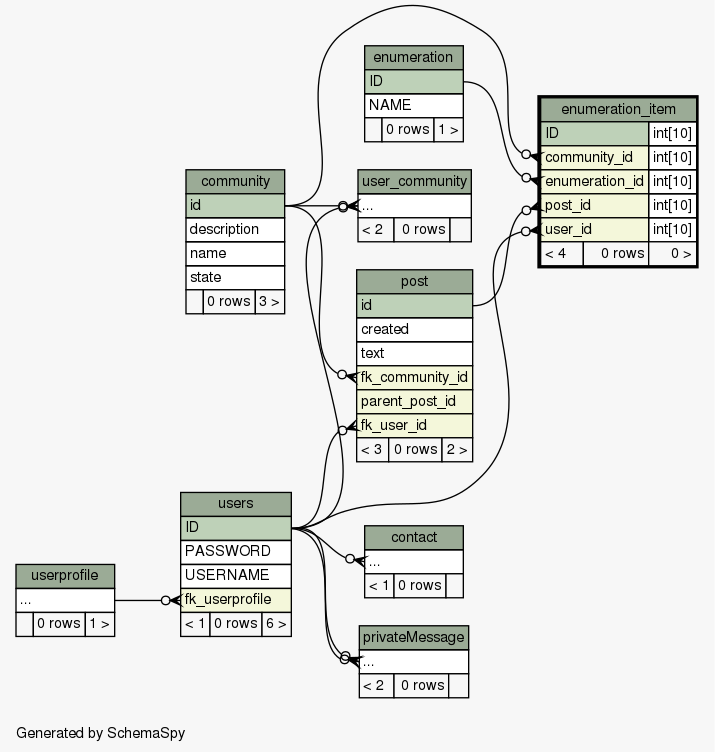
chr-krenn/chr-krenn-fhj-ws2017-sd17-pse keeps this Graphviz diagram as doc/db_schema/diagrams/enumeration_item.2degrees.png. Above is the earlier version. Its source is kept beside it as doc/db_schema/diagrams/enumeration_item.2degrees.dot. Its diagram source:
```dot
digraph "twoDegreesRelationshipsDiagram" {
  graph [
    rankdir="RL"
    bgcolor="#f7f7f7"
    label="\nGenerated by SchemaSpy"
    labeljust="l"
    nodesep="0.18"
    ranksep="0.46"
    fontname="Helvetica"
    fontsize="11"
  ];
  node [
    fontname="Helvetica"
    fontsize="11"
    shape="plaintext"
  ];
  edge [
    arrowsize="0.8"
  ];
  "contact":"elipses":w -> "users":"ID":e [arrowhead=none dir=back arrowtail=crowodot];
  "enumeration_item":"community_id":w -> "community":"id":e [arrowhead=none dir=back arrowtail=crowodot];
  "enumeration_item":"enumeration_id":w -> "enumeration":"ID":e [arrowhead=none dir=back arrowtail=crowodot];
  "enumeration_item":"post_id":w -> "post":"id":e [arrowhead=none dir=back arrowtail=crowodot];
  "enumeration_item":"user_id":w -> "users":"ID":e [arrowhead=none dir=back arrowtail=crowodot];
  "post":"fk_community_id":w -> "community":"id":e [arrowhead=none dir=back arrowtail=crowodot];
  "post":"fk_user_id":w -> "users":"ID":e [arrowhead=none dir=back arrowtail=crowodot];
  "privateMessage":"elipses":w -> "users":"ID":e [arrowhead=none dir=back arrowtail=crowodot];
  "privateMessage":"elipses":w -> "users":"ID":e [arrowhead=none dir=back arrowtail=crowodot];
  "user_community":"elipses":w -> "users":"ID":e [arrowhead=none dir=back arrowtail=crowodot];
  "user_community":"elipses":w -> "community":"id":e [arrowhead=none dir=back arrowtail=crowodot];
  "users":"fk_userprofile":w -> "userprofile":"elipses":e [arrowhead=none dir=back arrowtail=crowodot];
  "community" [
    label=<
    <TABLE BORDER="0" CELLBORDER="1" CELLSPACING="0" BGCOLOR="#ffffff">
      <TR><TD COLSPAN="3" BGCOLOR="#9bab96" ALIGN="CENTER">community</TD></TR>
      <TR><TD PORT="id" COLSPAN="3" BGCOLOR="#bed1b8" ALIGN="LEFT">id</TD></TR>
      <TR><TD PORT="description" COLSPAN="3" ALIGN="LEFT">description</TD></TR>
      <TR><TD PORT="name" COLSPAN="3" ALIGN="LEFT">name</TD></TR>
      <TR><TD PORT="state" COLSPAN="3" ALIGN="LEFT">state</TD></TR>
      <TR><TD ALIGN="LEFT" BGCOLOR="#f7f7f7">  </TD><TD ALIGN="RIGHT" BGCOLOR="#f7f7f7">0 rows</TD><TD ALIGN="RIGHT" BGCOLOR="#f7f7f7">3 &gt;</TD></TR>
    </TABLE>>
    URL="community.html"
    tooltip="community"
  ];
  "contact" [
    label=<
    <TABLE BORDER="0" CELLBORDER="1" CELLSPACING="0" BGCOLOR="#ffffff">
      <TR><TD COLSPAN="3" BGCOLOR="#9bab96" ALIGN="CENTER">contact</TD></TR>
      <TR><TD PORT="elipses" COLSPAN="3" ALIGN="LEFT">...</TD></TR>
      <TR><TD ALIGN="LEFT" BGCOLOR="#f7f7f7">&lt; 1</TD><TD ALIGN="RIGHT" BGCOLOR="#f7f7f7">0 rows</TD><TD ALIGN="RIGHT" BGCOLOR="#f7f7f7">  </TD></TR>
    </TABLE>>
    URL="contact.html"
    tooltip="contact"
  ];
  "enumeration" [
    label=<
    <TABLE BORDER="0" CELLBORDER="1" CELLSPACING="0" BGCOLOR="#ffffff">
      <TR><TD COLSPAN="3" BGCOLOR="#9bab96" ALIGN="CENTER">enumeration</TD></TR>
      <TR><TD PORT="ID" COLSPAN="3" BGCOLOR="#bed1b8" ALIGN="LEFT">ID</TD></TR>
      <TR><TD PORT="NAME" COLSPAN="3" ALIGN="LEFT">NAME</TD></TR>
      <TR><TD ALIGN="LEFT" BGCOLOR="#f7f7f7">  </TD><TD ALIGN="RIGHT" BGCOLOR="#f7f7f7">0 rows</TD><TD ALIGN="RIGHT" BGCOLOR="#f7f7f7">1 &gt;</TD></TR>
    </TABLE>>
    URL="enumeration.html"
    tooltip="enumeration"
  ];
  "enumeration_item" [
    label=<
    <TABLE BORDER="2" CELLBORDER="1" CELLSPACING="0" BGCOLOR="#ffffff">
      <TR><TD COLSPAN="3" BGCOLOR="#9bab96" ALIGN="CENTER">enumeration_item</TD></TR>
      <TR><TD PORT="ID" COLSPAN="2" BGCOLOR="#bed1b8" ALIGN="LEFT">ID</TD><TD PORT="ID.type" ALIGN="LEFT">int[10]</TD></TR>
      <TR><TD PORT="community_id" COLSPAN="2" BGCOLOR="#f4f7da" ALIGN="LEFT">community_id</TD><TD PORT="community_id.type" ALIGN="LEFT">int[10]</TD></TR>
      <TR><TD PORT="enumeration_id" COLSPAN="2" BGCOLOR="#f4f7da" ALIGN="LEFT">enumeration_id</TD><TD PORT="enumeration_id.type" ALIGN="LEFT">int[10]</TD></TR>
      <TR><TD PORT="post_id" COLSPAN="2" BGCOLOR="#f4f7da" ALIGN="LEFT">post_id</TD><TD PORT="post_id.type" ALIGN="LEFT">int[10]</TD></TR>
      <TR><TD PORT="user_id" COLSPAN="2" BGCOLOR="#f4f7da" ALIGN="LEFT">user_id</TD><TD PORT="user_id.type" ALIGN="LEFT">int[10]</TD></TR>
      <TR><TD ALIGN="LEFT" BGCOLOR="#f7f7f7">&lt; 4</TD><TD ALIGN="RIGHT" BGCOLOR="#f7f7f7">0 rows</TD><TD ALIGN="RIGHT" BGCOLOR="#f7f7f7">0 &gt;</TD></TR>
    </TABLE>>
    URL="enumeration_item.html"
    tooltip="enumeration_item"
  ];
  "post" [
    label=<
    <TABLE BORDER="0" CELLBORDER="1" CELLSPACING="0" BGCOLOR="#ffffff">
      <TR><TD COLSPAN="3" BGCOLOR="#9bab96" ALIGN="CENTER">post</TD></TR>
      <TR><TD PORT="id" COLSPAN="3" BGCOLOR="#bed1b8" ALIGN="LEFT">id</TD></TR>
      <TR><TD PORT="created" COLSPAN="3" ALIGN="LEFT">created</TD></TR>
      <TR><TD PORT="text" COLSPAN="3" ALIGN="LEFT">text</TD></TR>
      <TR><TD PORT="fk_community_id" COLSPAN="3" BGCOLOR="#f4f7da" ALIGN="LEFT">fk_community_id</TD></TR>
      <TR><TD PORT="parent_post_id" COLSPAN="3" BGCOLOR="#f4f7da" ALIGN="LEFT">parent_post_id</TD></TR>
      <TR><TD PORT="fk_user_id" COLSPAN="3" BGCOLOR="#f4f7da" ALIGN="LEFT">fk_user_id</TD></TR>
      <TR><TD ALIGN="LEFT" BGCOLOR="#f7f7f7">&lt; 3</TD><TD ALIGN="RIGHT" BGCOLOR="#f7f7f7">0 rows</TD><TD ALIGN="RIGHT" BGCOLOR="#f7f7f7">2 &gt;</TD></TR>
    </TABLE>>
    URL="post.html"
    tooltip="post"
  ];
  "privateMessage" [
    label=<
    <TABLE BORDER="0" CELLBORDER="1" CELLSPACING="0" BGCOLOR="#ffffff">
      <TR><TD COLSPAN="3" BGCOLOR="#9bab96" ALIGN="CENTER">privateMessage</TD></TR>
      <TR><TD PORT="elipses" COLSPAN="3" ALIGN="LEFT">...</TD></TR>
      <TR><TD ALIGN="LEFT" BGCOLOR="#f7f7f7">&lt; 2</TD><TD ALIGN="RIGHT" BGCOLOR="#f7f7f7">0 rows</TD><TD ALIGN="RIGHT" BGCOLOR="#f7f7f7">  </TD></TR>
    </TABLE>>
    URL="privateMessage.html"
    tooltip="privateMessage"
  ];
  "user_community" [
    label=<
    <TABLE BORDER="0" CELLBORDER="1" CELLSPACING="0" BGCOLOR="#ffffff">
      <TR><TD COLSPAN="3" BGCOLOR="#9bab96" ALIGN="CENTER">user_community</TD></TR>
      <TR><TD PORT="elipses" COLSPAN="3" ALIGN="LEFT">...</TD></TR>
      <TR><TD ALIGN="LEFT" BGCOLOR="#f7f7f7">&lt; 2</TD><TD ALIGN="RIGHT" BGCOLOR="#f7f7f7">0 rows</TD><TD ALIGN="RIGHT" BGCOLOR="#f7f7f7">  </TD></TR>
    </TABLE>>
    URL="user_community.html"
    tooltip="user_community"
  ];
  "userprofile" [
    label=<
    <TABLE BORDER="0" CELLBORDER="1" CELLSPACING="0" BGCOLOR="#ffffff">
      <TR><TD COLSPAN="3" BGCOLOR="#9bab96" ALIGN="CENTER">userprofile</TD></TR>
      <TR><TD PORT="elipses" COLSPAN="3" ALIGN="LEFT">...</TD></TR>
      <TR><TD ALIGN="LEFT" BGCOLOR="#f7f7f7">  </TD><TD ALIGN="RIGHT" BGCOLOR="#f7f7f7">0 rows</TD><TD ALIGN="RIGHT" BGCOLOR="#f7f7f7">1 &gt;</TD></TR>
    </TABLE>>
    URL="userprofile.html"
    tooltip="userprofile"
  ];
  "users" [
    label=<
    <TABLE BORDER="0" CELLBORDER="1" CELLSPACING="0" BGCOLOR="#ffffff">
      <TR><TD COLSPAN="3" BGCOLOR="#9bab96" ALIGN="CENTER">users</TD></TR>
      <TR><TD PORT="ID" COLSPAN="3" BGCOLOR="#bed1b8" ALIGN="LEFT">ID</TD></TR>
      <TR><TD PORT="PASSWORD" COLSPAN="3" ALIGN="LEFT">PASSWORD</TD></TR>
      <TR><TD PORT="USERNAME" COLSPAN="3" ALIGN="LEFT">USERNAME</TD></TR>
      <TR><TD PORT="fk_userprofile" COLSPAN="3" BGCOLOR="#f4f7da" ALIGN="LEFT">fk_userprofile</TD></TR>
      <TR><TD ALIGN="LEFT" BGCOLOR="#f7f7f7">&lt; 1</TD><TD ALIGN="RIGHT" BGCOLOR="#f7f7f7">0 rows</TD><TD ALIGN="RIGHT" BGCOLOR="#f7f7f7">6 &gt;</TD></TR>
    </TABLE>>
    URL="users.html"
    tooltip="users"
  ];
}
```
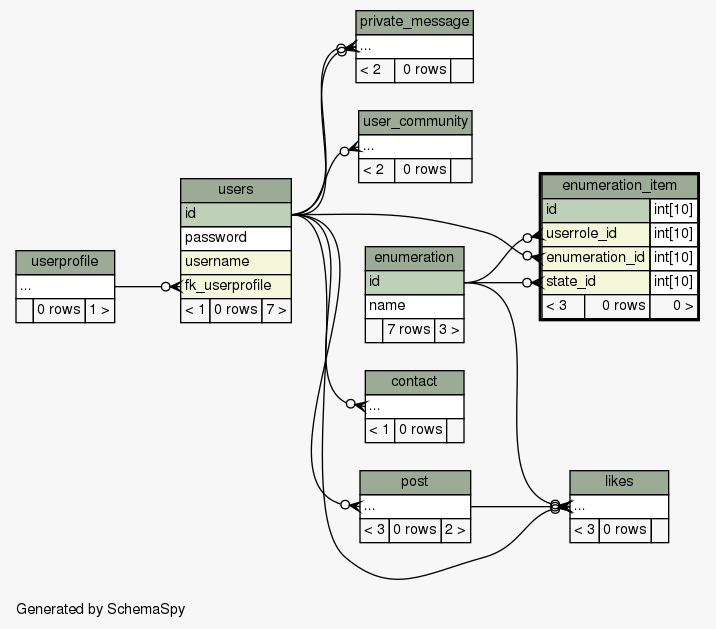
After the commit.

Change to the diagram source:
```diff
@@ -17,31 +17,18 @@
   edge [
     arrowsize="0.8"
   ];
-  "contact":"elipses":w -> "users":"ID":e [arrowhead=none dir=back arrowtail=crowodot];
-  "enumeration_item":"community_id":w -> "community":"id":e [arrowhead=none dir=back arrowtail=crowodot];
-  "enumeration_item":"enumeration_id":w -> "enumeration":"ID":e [arrowhead=none dir=back arrowtail=crowodot];
-  "enumeration_item":"post_id":w -> "post":"id":e [arrowhead=none dir=back arrowtail=crowodot];
-  "enumeration_item":"user_id":w -> "users":"ID":e [arrowhead=none dir=back arrowtail=crowodot];
-  "post":"fk_community_id":w -> "community":"id":e [arrowhead=none dir=back arrowtail=crowodot];
-  "post":"fk_user_id":w -> "users":"ID":e [arrowhead=none dir=back arrowtail=crowodot];
-  "privateMessage":"elipses":w -> "users":"ID":e [arrowhead=none dir=back arrowtail=crowodot];
-  "privateMessage":"elipses":w -> "users":"ID":e [arrowhead=none dir=back arrowtail=crowodot];
-  "user_community":"elipses":w -> "users":"ID":e [arrowhead=none dir=back arrowtail=crowodot];
-  "user_community":"elipses":w -> "community":"id":e [arrowhead=none dir=back arrowtail=crowodot];
+  "contact":"elipses":w -> "users":"id":e [arrowhead=none dir=back arrowtail=crowodot];
+  "enumeration_item":"enumeration_id":w -> "users":"id":e [arrowhead=none dir=back arrowtail=crowodot];
+  "enumeration_item":"state_id":w -> "enumeration":"id":e [arrowhead=none dir=back arrowtail=crowodot];
+  "enumeration_item":"userrole_id":w -> "enumeration":"id":e [arrowhead=none dir=back arrowtail=crowodot];
+  "likes":"elipses":w -> "enumeration":"id":e [arrowhead=none dir=back arrowtail=crowodot];
+  "likes":"elipses":w -> "post":"elipses":e [arrowhead=none dir=back arrowtail=crowodot];
+  "likes":"elipses":w -> "users":"id":e [arrowhead=none dir=back arrowtail=crowodot];
+  "post":"elipses":w -> "users":"id":e [arrowhead=none dir=back arrowtail=crowodot];
+  "private_message":"elipses":w -> "users":"id":e [arrowhead=none dir=back arrowtail=crowodot];
+  "private_message":"elipses":w -> "users":"id":e [arrowhead=none dir=back arrowtail=crowodot];
+  "user_community":"elipses":w -> "users":"id":e [arrowhead=none dir=back arrowtail=crowodot];
   "users":"fk_userprofile":w -> "userprofile":"elipses":e [arrowhead=none dir=back arrowtail=crowodot];
-  "community" [
-    label=<
-    <TABLE BORDER="0" CELLBORDER="1" CELLSPACING="0" BGCOLOR="#ffffff">
-      <TR><TD COLSPAN="3" BGCOLOR="#9bab96" ALIGN="CENTER">community</TD></TR>
-      <TR><TD PORT="id" COLSPAN="3" BGCOLOR="#bed1b8" ALIGN="LEFT">id</TD></TR>
-      <TR><TD PORT="description" COLSPAN="3" ALIGN="LEFT">description</TD></TR>
-      <TR><TD PORT="name" COLSPAN="3" ALIGN="LEFT">name</TD></TR>
-      <TR><TD PORT="state" COLSPAN="3" ALIGN="LEFT">state</TD></TR>
-      <TR><TD ALIGN="LEFT" BGCOLOR="#f7f7f7">  </TD><TD ALIGN="RIGHT" BGCOLOR="#f7f7f7">0 rows</TD><TD ALIGN="RIGHT" BGCOLOR="#f7f7f7">3 &gt;</TD></TR>
-    </TABLE>>
-    URL="community.html"
-    tooltip="community"
-  ];
   "contact" [
     label=<
     <TABLE BORDER="0" CELLBORDER="1" CELLSPACING="0" BGCOLOR="#ffffff">
@@ -56,9 +43,9 @@
     label=<
     <TABLE BORDER="0" CELLBORDER="1" CELLSPACING="0" BGCOLOR="#ffffff">
       <TR><TD COLSPAN="3" BGCOLOR="#9bab96" ALIGN="CENTER">enumeration</TD></TR>
-      <TR><TD PORT="ID" COLSPAN="3" BGCOLOR="#bed1b8" ALIGN="LEFT">ID</TD></TR>
-      <TR><TD PORT="NAME" COLSPAN="3" ALIGN="LEFT">NAME</TD></TR>
-      <TR><TD ALIGN="LEFT" BGCOLOR="#f7f7f7">  </TD><TD ALIGN="RIGHT" BGCOLOR="#f7f7f7">0 rows</TD><TD ALIGN="RIGHT" BGCOLOR="#f7f7f7">1 &gt;</TD></TR>
+      <TR><TD PORT="id" COLSPAN="3" BGCOLOR="#bed1b8" ALIGN="LEFT">id</TD></TR>
+      <TR><TD PORT="name" COLSPAN="3" ALIGN="LEFT">name</TD></TR>
+      <TR><TD ALIGN="LEFT" BGCOLOR="#f7f7f7">  </TD><TD ALIGN="RIGHT" BGCOLOR="#f7f7f7">7 rows</TD><TD ALIGN="RIGHT" BGCOLOR="#f7f7f7">3 &gt;</TD></TR>
     </TABLE>>
     URL="enumeration.html"
     tooltip="enumeration"
@@ -67,40 +54,44 @@
     label=<
     <TABLE BORDER="2" CELLBORDER="1" CELLSPACING="0" BGCOLOR="#ffffff">
       <TR><TD COLSPAN="3" BGCOLOR="#9bab96" ALIGN="CENTER">enumeration_item</TD></TR>
-      <TR><TD PORT="ID" COLSPAN="2" BGCOLOR="#bed1b8" ALIGN="LEFT">ID</TD><TD PORT="ID.type" ALIGN="LEFT">int[10]</TD></TR>
-      <TR><TD PORT="community_id" COLSPAN="2" BGCOLOR="#f4f7da" ALIGN="LEFT">community_id</TD><TD PORT="community_id.type" ALIGN="LEFT">int[10]</TD></TR>
+      <TR><TD PORT="id" COLSPAN="2" BGCOLOR="#bed1b8" ALIGN="LEFT">id</TD><TD PORT="id.type" ALIGN="LEFT">int[10]</TD></TR>
+      <TR><TD PORT="userrole_id" COLSPAN="2" BGCOLOR="#f4f7da" ALIGN="LEFT">userrole_id</TD><TD PORT="userrole_id.type" ALIGN="LEFT">int[10]</TD></TR>
       <TR><TD PORT="enumeration_id" COLSPAN="2" BGCOLOR="#f4f7da" ALIGN="LEFT">enumeration_id</TD><TD PORT="enumeration_id.type" ALIGN="LEFT">int[10]</TD></TR>
-      <TR><TD PORT="post_id" COLSPAN="2" BGCOLOR="#f4f7da" ALIGN="LEFT">post_id</TD><TD PORT="post_id.type" ALIGN="LEFT">int[10]</TD></TR>
-      <TR><TD PORT="user_id" COLSPAN="2" BGCOLOR="#f4f7da" ALIGN="LEFT">user_id</TD><TD PORT="user_id.type" ALIGN="LEFT">int[10]</TD></TR>
-      <TR><TD ALIGN="LEFT" BGCOLOR="#f7f7f7">&lt; 4</TD><TD ALIGN="RIGHT" BGCOLOR="#f7f7f7">0 rows</TD><TD ALIGN="RIGHT" BGCOLOR="#f7f7f7">0 &gt;</TD></TR>
+      <TR><TD PORT="state_id" COLSPAN="2" BGCOLOR="#f4f7da" ALIGN="LEFT">state_id</TD><TD PORT="state_id.type" ALIGN="LEFT">int[10]</TD></TR>
+      <TR><TD ALIGN="LEFT" BGCOLOR="#f7f7f7">&lt; 3</TD><TD ALIGN="RIGHT" BGCOLOR="#f7f7f7">0 rows</TD><TD ALIGN="RIGHT" BGCOLOR="#f7f7f7">0 &gt;</TD></TR>
     </TABLE>>
     URL="enumeration_item.html"
     tooltip="enumeration_item"
+  ];
+  "likes" [
+    label=<
+    <TABLE BORDER="0" CELLBORDER="1" CELLSPACING="0" BGCOLOR="#ffffff">
+      <TR><TD COLSPAN="3" BGCOLOR="#9bab96" ALIGN="CENTER">likes</TD></TR>
+      <TR><TD PORT="elipses" COLSPAN="3" ALIGN="LEFT">...</TD></TR>
+      <TR><TD ALIGN="LEFT" BGCOLOR="#f7f7f7">&lt; 3</TD><TD ALIGN="RIGHT" BGCOLOR="#f7f7f7">0 rows</TD><TD ALIGN="RIGHT" BGCOLOR="#f7f7f7">  </TD></TR>
+    </TABLE>>
+    URL="likes.html"
+    tooltip="likes"
   ];
   "post" [
     label=<
     <TABLE BORDER="0" CELLBORDER="1" CELLSPACING="0" BGCOLOR="#ffffff">
       <TR><TD COLSPAN="3" BGCOLOR="#9bab96" ALIGN="CENTER">post</TD></TR>
-      <TR><TD PORT="id" COLSPAN="3" BGCOLOR="#bed1b8" ALIGN="LEFT">id</TD></TR>
-      <TR><TD PORT="created" COLSPAN="3" ALIGN="LEFT">created</TD></TR>
-      <TR><TD PORT="text" COLSPAN="3" ALIGN="LEFT">text</TD></TR>
-      <TR><TD PORT="fk_community_id" COLSPAN="3" BGCOLOR="#f4f7da" ALIGN="LEFT">fk_community_id</TD></TR>
-      <TR><TD PORT="parent_post_id" COLSPAN="3" BGCOLOR="#f4f7da" ALIGN="LEFT">parent_post_id</TD></TR>
-      <TR><TD PORT="fk_user_id" COLSPAN="3" BGCOLOR="#f4f7da" ALIGN="LEFT">fk_user_id</TD></TR>
+      <TR><TD PORT="elipses" COLSPAN="3" ALIGN="LEFT">...</TD></TR>
       <TR><TD ALIGN="LEFT" BGCOLOR="#f7f7f7">&lt; 3</TD><TD ALIGN="RIGHT" BGCOLOR="#f7f7f7">0 rows</TD><TD ALIGN="RIGHT" BGCOLOR="#f7f7f7">2 &gt;</TD></TR>
     </TABLE>>
     URL="post.html"
     tooltip="post"
   ];
-  "privateMessage" [
+  "private_message" [
     label=<
     <TABLE BORDER="0" CELLBORDER="1" CELLSPACING="0" BGCOLOR="#ffffff">
-      <TR><TD COLSPAN="3" BGCOLOR="#9bab96" ALIGN="CENTER">privateMessage</TD></TR>
+      <TR><TD COLSPAN="3" BGCOLOR="#9bab96" ALIGN="CENTER">private_message</TD></TR>
       <TR><TD PORT="elipses" COLSPAN="3" ALIGN="LEFT">...</TD></TR>
       <TR><TD ALIGN="LEFT" BGCOLOR="#f7f7f7">&lt; 2</TD><TD ALIGN="RIGHT" BGCOLOR="#f7f7f7">0 rows</TD><TD ALIGN="RIGHT" BGCOLOR="#f7f7f7">  </TD></TR>
     </TABLE>>
-    URL="privateMessage.html"
-    tooltip="privateMessage"
+    URL="private_message.html"
+    tooltip="private_message"
   ];
   "user_community" [
     label=<
@@ -126,11 +117,11 @@
     label=<
     <TABLE BORDER="0" CELLBORDER="1" CELLSPACING="0" BGCOLOR="#ffffff">
       <TR><TD COLSPAN="3" BGCOLOR="#9bab96" ALIGN="CENTER">users</TD></TR>
-      <TR><TD PORT="ID" COLSPAN="3" BGCOLOR="#bed1b8" ALIGN="LEFT">ID</TD></TR>
-      <TR><TD PORT="PASSWORD" COLSPAN="3" ALIGN="LEFT">PASSWORD</TD></TR>
-      <TR><TD PORT="USERNAME" COLSPAN="3" ALIGN="LEFT">USERNAME</TD></TR>
+      <TR><TD PORT="id" COLSPAN="3" BGCOLOR="#bed1b8" ALIGN="LEFT">id</TD></TR>
+      <TR><TD PORT="password" COLSPAN="3" ALIGN="LEFT">password</TD></TR>
+      <TR><TD PORT="username" COLSPAN="3" BGCOLOR="#f4f7da" ALIGN="LEFT">username</TD></TR>
       <TR><TD PORT="fk_userprofile" COLSPAN="3" BGCOLOR="#f4f7da" ALIGN="LEFT">fk_userprofile</TD></TR>
-      <TR><TD ALIGN="LEFT" BGCOLOR="#f7f7f7">&lt; 1</TD><TD ALIGN="RIGHT" BGCOLOR="#f7f7f7">0 rows</TD><TD ALIGN="RIGHT" BGCOLOR="#f7f7f7">6 &gt;</TD></TR>
+      <TR><TD ALIGN="LEFT" BGCOLOR="#f7f7f7">&lt; 1</TD><TD ALIGN="RIGHT" BGCOLOR="#f7f7f7">0 rows</TD><TD ALIGN="RIGHT" BGCOLOR="#f7f7f7">7 &gt;</TD></TR>
     </TABLE>>
     URL="users.html"
     tooltip="users"
```
